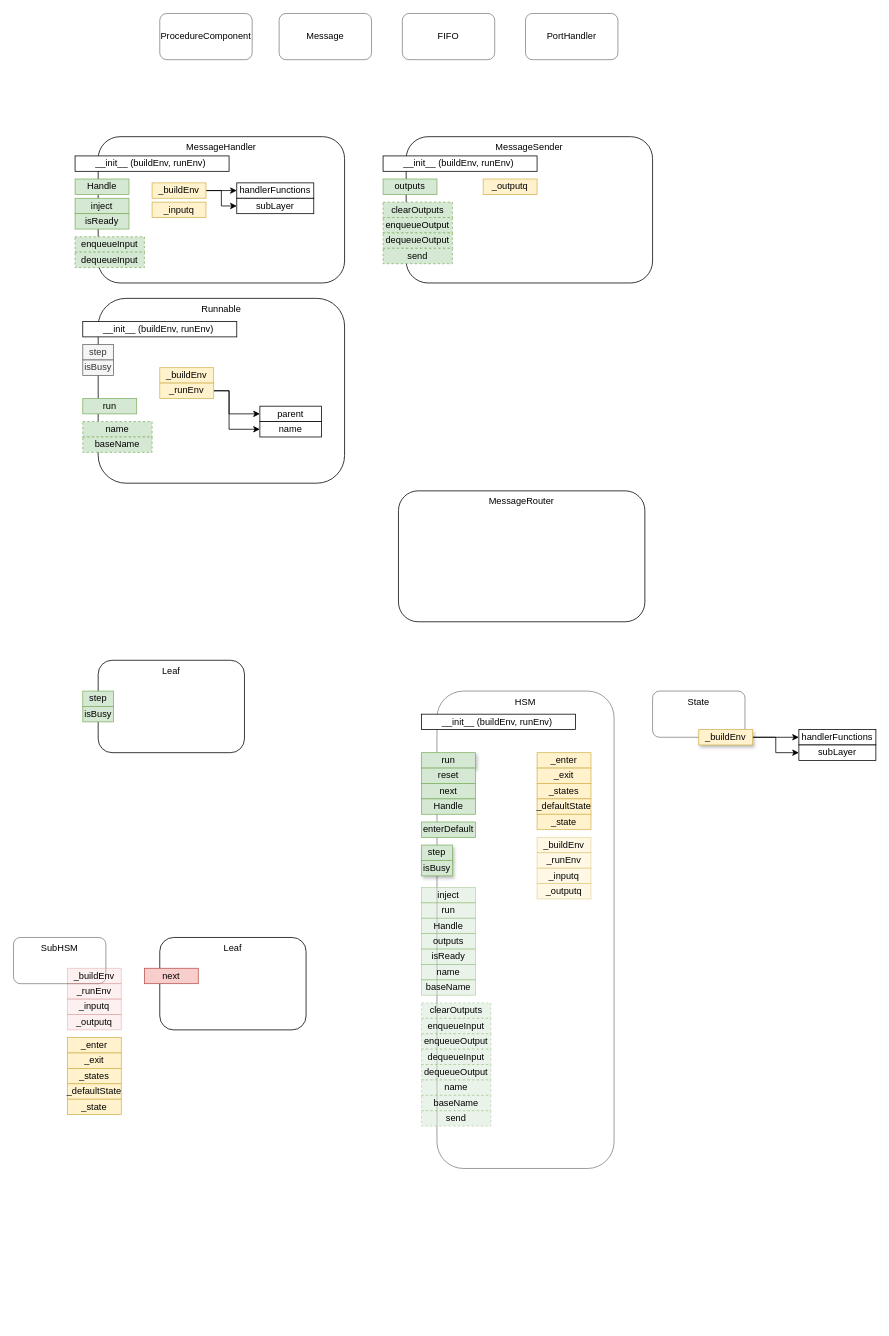
Earlier version of the draw.io diagram asc.drawio (guitarvydas/asc3). Source tidied: cells renumbered, new cells numbered last; positions are measured from the earlier drawing's top-left corner, leaving out a move shared by most shapes. Both pictures are drawn from the tidied source at 77%, with x=0, y=0 at pixel (13, 13).
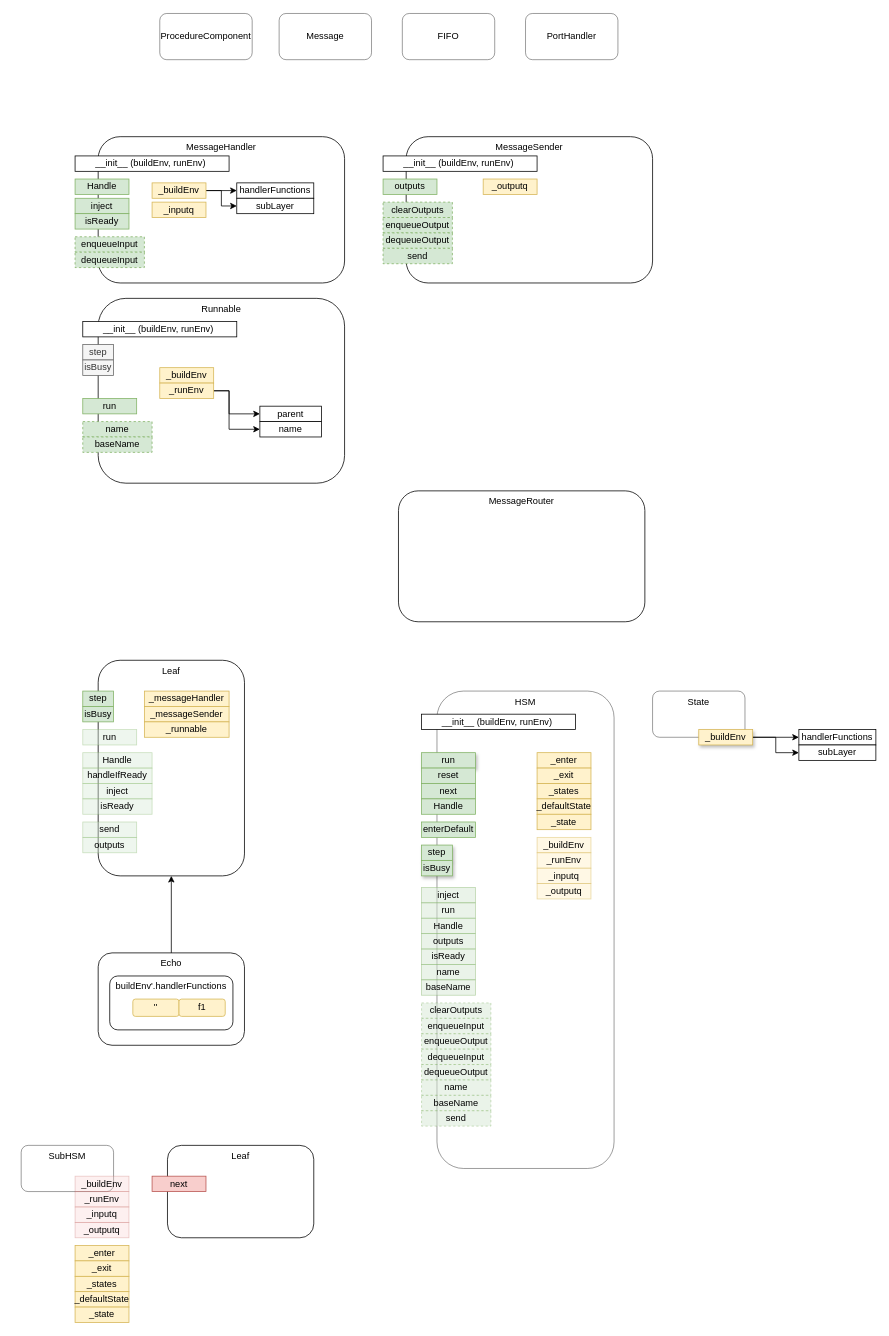
Above is the later version.

The edit, as a diff of the source:
```diff
@@
+    <mxCell id="95" value="Echo" style="rounded=1;whiteSpace=wrap;html=1;verticalAlign=top;" parent="1" vertex="1">
+      <mxGeometry x="110" y="1220" width="190" height="120" as="geometry" />
+    </mxCell>
+    <mxCell id="96" value="buildEnv'.handlerFunctions" style="rounded=1;whiteSpace=wrap;html=1;verticalAlign=top;" parent="1" vertex="1">
+      <mxGeometry x="125" y="1250" width="160" height="70" as="geometry" />
+    </mxCell>
@@
     <mxCell id="26" value="Leaf" style="rounded=1;whiteSpace=wrap;html=1;verticalAlign=top;" parent="1" vertex="1">
-      <mxGeometry x="110" y="840" width="190" height="120" as="geometry" />
+      <mxGeometry x="110" y="840" width="190" height="280" as="geometry" />
     </mxCell>
@@
     <mxCell id="35" value="SubHSM" style="rounded=1;whiteSpace=wrap;html=1;opacity=50;align=center;verticalAlign=top;" parent="1" vertex="1">
-      <mxGeometry y="1200" width="120" height="60" as="geometry" />
+      <mxGeometry x="10" y="1470" width="120" height="60" as="geometry" />
     </mxCell>
@@
     <mxCell id="57" value="_runEnv" style="rounded=0;whiteSpace=wrap;html=1;verticalAlign=middle;align=center;fillColor=#f8cecc;strokeColor=#b85450;opacity=30;" parent="1" vertex="1">
-      <mxGeometry x="70" y="1260" width="70" height="20" as="geometry" />
+      <mxGeometry x="80" y="1530" width="70" height="20" as="geometry" />
     </mxCell>
     <mxCell id="58" value="_inputq" style="rounded=0;whiteSpace=wrap;html=1;verticalAlign=middle;align=center;fillColor=#f8cecc;strokeColor=#b85450;opacity=30;" parent="1" vertex="1">
-      <mxGeometry x="70" y="1280" width="70" height="20" as="geometry" />
+      <mxGeometry x="80" y="1550" width="70" height="20" as="geometry" />
     </mxCell>
     <mxCell id="59" value="_outputq" style="rounded=0;whiteSpace=wrap;html=1;verticalAlign=middle;align=center;fillColor=#f8cecc;strokeColor=#b85450;opacity=30;" parent="1" vertex="1">
-      <mxGeometry x="70" y="1300" width="70" height="20" as="geometry" />
+      <mxGeometry x="80" y="1570" width="70" height="20" as="geometry" />
     </mxCell>
     <mxCell id="60" value="_buildEnv" style="rounded=0;whiteSpace=wrap;html=1;verticalAlign=middle;align=center;fillColor=#f8cecc;strokeColor=#b85450;opacity=30;" parent="1" vertex="1">
-      <mxGeometry x="70" y="1240" width="70" height="20" as="geometry" />
+      <mxGeometry x="80" y="1510" width="70" height="20" as="geometry" />
     </mxCell>
     <mxCell id="61" value="_states" style="rounded=0;whiteSpace=wrap;html=1;verticalAlign=middle;align=center;fillColor=#fff2cc;strokeColor=#d6b656;" parent="1" vertex="1">
-      <mxGeometry x="70" y="1370" width="70" height="20" as="geometry" />
+      <mxGeometry x="80" y="1640" width="70" height="20" as="geometry" />
     </mxCell>
     <mxCell id="62" value="_defaultState" style="rounded=0;whiteSpace=wrap;html=1;verticalAlign=middle;align=center;fillColor=#fff2cc;strokeColor=#d6b656;" parent="1" vertex="1">
-      <mxGeometry x="70" y="1390" width="70" height="20" as="geometry" />
+      <mxGeometry x="80" y="1660" width="70" height="20" as="geometry" />
     </mxCell>
     <mxCell id="63" value="_state" style="rounded=0;whiteSpace=wrap;html=1;verticalAlign=middle;align=center;fillColor=#fff2cc;strokeColor=#d6b656;" parent="1" vertex="1">
-      <mxGeometry x="70" y="1410" width="70" height="20" as="geometry" />
+      <mxGeometry x="80" y="1680" width="70" height="20" as="geometry" />
     </mxCell>
     <mxCell id="64" value="_enter" style="rounded=0;whiteSpace=wrap;html=1;verticalAlign=middle;align=center;fillColor=#fff2cc;strokeColor=#d6b656;" parent="1" vertex="1">
-      <mxGeometry x="70" y="1330" width="70" height="20" as="geometry" />
+      <mxGeometry x="80" y="1600" width="70" height="20" as="geometry" />
     </mxCell>
     <mxCell id="65" value="_exit" style="rounded=0;whiteSpace=wrap;html=1;verticalAlign=middle;align=center;fillColor=#fff2cc;strokeColor=#d6b656;" parent="1" vertex="1">
-      <mxGeometry x="70" y="1350" width="70" height="20" as="geometry" />
+      <mxGeometry x="80" y="1620" width="70" height="20" as="geometry" />
     </mxCell>
@@
     <mxCell id="90" value="Leaf" style="rounded=1;whiteSpace=wrap;html=1;verticalAlign=top;" parent="1" vertex="1">
-      <mxGeometry x="190" y="1200" width="190" height="120" as="geometry" />
+      <mxGeometry x="200" y="1470" width="190" height="120" as="geometry" />
     </mxCell>
     <mxCell id="91" value="next" style="rounded=0;whiteSpace=wrap;html=1;verticalAlign=middle;align=center;fillColor=#f8cecc;strokeColor=#b85450;" parent="1" vertex="1">
-      <mxGeometry x="170" y="1240" width="70" height="20" as="geometry" />
+      <mxGeometry x="180" y="1510" width="70" height="20" as="geometry" />
     </mxCell>
@@
+    <mxCell id="97" value="run" style="rounded=0;whiteSpace=wrap;html=1;verticalAlign=middle;align=center;fillColor=#d5e8d4;strokeColor=#82b366;opacity=40;" parent="1" vertex="1">
+      <mxGeometry x="90" y="930" width="70" height="20" as="geometry" />
+    </mxCell>
+    <mxCell id="98" value="Handle" style="rounded=0;whiteSpace=wrap;html=1;verticalAlign=middle;align=center;fillColor=#d5e8d4;strokeColor=#82b366;opacity=40;" parent="1" vertex="1">
+      <mxGeometry x="90" y="960" width="90" height="20" as="geometry" />
+    </mxCell>
+    <mxCell id="99" value="handleIfReady" style="rounded=0;whiteSpace=wrap;html=1;verticalAlign=middle;align=center;fillColor=#d5e8d4;strokeColor=#82b366;opacity=40;" parent="1" vertex="1">
+      <mxGeometry x="90" y="980" width="90" height="20" as="geometry" />
+    </mxCell>
+    <mxCell id="100" value="inject" style="rounded=0;whiteSpace=wrap;html=1;verticalAlign=middle;align=center;fillColor=#d5e8d4;strokeColor=#82b366;opacity=40;" parent="1" vertex="1">
+      <mxGeometry x="90" y="1000" width="90" height="20" as="geometry" />
+    </mxCell>
+    <mxCell id="101" value="isReady" style="rounded=0;whiteSpace=wrap;html=1;verticalAlign=middle;align=center;fillColor=#d5e8d4;strokeColor=#82b366;opacity=40;" parent="1" vertex="1">
+      <mxGeometry x="90" y="1020" width="90" height="20" as="geometry" />
+    </mxCell>
+    <mxCell id="102" value="send" style="rounded=0;whiteSpace=wrap;html=1;verticalAlign=middle;align=center;fillColor=#d5e8d4;strokeColor=#82b366;opacity=40;" parent="1" vertex="1">
+      <mxGeometry x="90" y="1050" width="70" height="20" as="geometry" />
+    </mxCell>
+    <mxCell id="103" value="outputs" style="rounded=0;whiteSpace=wrap;html=1;verticalAlign=middle;align=center;fillColor=#d5e8d4;strokeColor=#82b366;opacity=40;" parent="1" vertex="1">
+      <mxGeometry x="90" y="1070" width="70" height="20" as="geometry" />
+    </mxCell>
+    <mxCell id="104" value="_messageHandler" style="rounded=0;whiteSpace=wrap;html=1;verticalAlign=middle;align=center;fillColor=#fff2cc;strokeColor=#d6b656;" parent="1" vertex="1">
+      <mxGeometry x="170" y="880" width="110" height="20" as="geometry" />
+    </mxCell>
+    <mxCell id="105" value="_messageSender" style="rounded=0;whiteSpace=wrap;html=1;verticalAlign=middle;align=center;fillColor=#fff2cc;strokeColor=#d6b656;" parent="1" vertex="1">
+      <mxGeometry x="170" y="900" width="110" height="20" as="geometry" />
+    </mxCell>
+    <mxCell id="106" value="_runnable" style="rounded=0;whiteSpace=wrap;html=1;verticalAlign=middle;align=center;fillColor=#fff2cc;strokeColor=#d6b656;" parent="1" vertex="1">
+      <mxGeometry x="170" y="920" width="110" height="20" as="geometry" />
+    </mxCell>
+    <mxCell id="107" style="edgeStyle=orthogonalEdgeStyle;rounded=0;jettySize=auto;html=1;exitX=0.5;exitY=0;exitDx=0;exitDy=0;" parent="1" edge="1" source="95" target="26">
+      <mxGeometry relative="1" as="geometry" />
+    </mxCell>
+    <mxCell id="108" value="''" style="rounded=1;whiteSpace=wrap;html=1;verticalAlign=middle;fillColor=#fff2cc;strokeColor=#d6b656;" parent="1" vertex="1">
+      <mxGeometry x="155" y="1280" width="60" height="22.5" as="geometry" />
+    </mxCell>
+    <mxCell id="109" value="f1" style="rounded=1;whiteSpace=wrap;html=1;verticalAlign=middle;fillColor=#fff2cc;strokeColor=#d6b656;" parent="1" vertex="1">
+      <mxGeometry x="215" y="1280" width="60" height="22.5" as="geometry" />
+    </mxCell>
```
